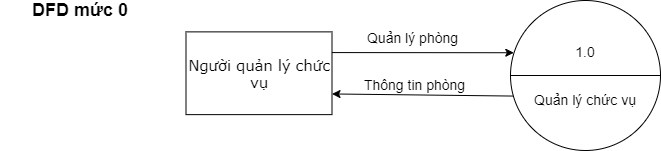
Earlier version of the draw.io export Phan_Tich_Thiet_Ke/DFD/QuanLyChucVu/DFD_Muc0_QuanLyChucVu.png (KNhaa/DoAnCNPM). Source tidied: cells renumbered, new cells last; positions are measured from the earlier drawing's top-left corner, leaving out a move shared by most shapes. Source of this version:
```xml
<mxGraphModel>
  <root>
    <mxCell id="0" />
    <mxCell id="1" parent="0" />
    <mxCell id="2" value="&lt;font face=&quot;Verdana&quot;&gt;&lt;span style=&quot;font-size: 14.6667px&quot;&gt;Người quản lý chức vụ&lt;/span&gt;&lt;/font&gt;" style="rounded=0;whiteSpace=wrap;html=1;" parent="1" vertex="1">
      <mxGeometry x="185.5" y="31.4" width="146" height="82.8" as="geometry" />
    </mxCell>
    <mxCell id="3" style="endArrow=classic;html=1;exitX=1;exitY=0.25;exitDx=0;exitDy=0;entryX=0.009;entryY=0.359;entryDx=0;entryDy=0;entryPerimeter=0;" parent="1" edge="1" source="2">
      <mxGeometry relative="1" as="geometry">
        <mxPoint x="513.3" y="52.2" as="targetPoint" />
      </mxGeometry>
    </mxCell>
    <mxCell id="4" value="&lt;font style=&quot;font-size: 14px&quot;&gt;Quản lý phòng&lt;/font&gt;" style="text;html=1;align=center;verticalAlign=middle;" parent="1" vertex="1">
      <mxGeometry x="356.5" y="27.1" width="110" height="20" as="geometry" />
    </mxCell>
    <mxCell id="5" style="endArrow=classic;html=1;entryX=1;entryY=0.75;entryDx=0;entryDy=0;exitX=0.024;exitY=0.657;exitDx=0;exitDy=0;exitPerimeter=0;" parent="1" edge="1" target="2">
      <mxGeometry relative="1" as="geometry">
        <mxPoint x="515.5" y="95.6" as="sourcePoint" />
      </mxGeometry>
    </mxCell>
    <mxCell id="6" value="&lt;font style=&quot;font-size: 14px&quot;&gt;Thông tin phòng&lt;/font&gt;" style="text;html=1;align=center;verticalAlign=middle;" parent="1" vertex="1">
      <mxGeometry x="353.5" y="74.1" width="120" height="20" as="geometry" />
    </mxCell>
    <mxCell id="7" value="&lt;font style=&quot;font-size: 18px&quot;&gt;&lt;b&gt;DFD mức 0&lt;/b&gt;&lt;/font&gt;" style="text;html=1;strokeColor=none;fillColor=none;align=center;verticalAlign=middle;whiteSpace=wrap;rounded=0;" parent="1" vertex="1">
      <mxGeometry width="160" height="20" as="geometry" />
    </mxCell>
    <mxCell id="8" value="&lt;font style=&quot;font-size: 14px&quot;&gt;1.0&lt;br&gt;&lt;br&gt;&lt;br&gt;Quản lý chức vụ&lt;/font&gt;" style="shape=lineEllipse;perimeter=ellipsePerimeter;whiteSpace=wrap;html=1;backgroundOutline=1;" parent="1" vertex="1">
      <mxGeometry x="510" width="150" height="150" as="geometry" />
    </mxCell>
  </root>
</mxGraphModel>
```
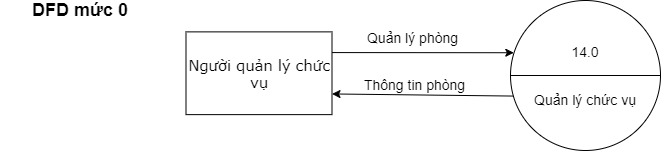
Later version of the same file.

Change to the diagram source:
```diff
@@ -24,7 +24,7 @@
     <mxCell id="7" value="&lt;font style=&quot;font-size: 18px&quot;&gt;&lt;b&gt;DFD mức 0&lt;/b&gt;&lt;/font&gt;" style="text;html=1;strokeColor=none;fillColor=none;align=center;verticalAlign=middle;whiteSpace=wrap;rounded=0;" parent="1" vertex="1">
       <mxGeometry width="160" height="20" as="geometry" />
     </mxCell>
-    <mxCell id="8" value="&lt;font style=&quot;font-size: 14px&quot;&gt;1.0&lt;br&gt;&lt;br&gt;&lt;br&gt;Quản lý chức vụ&lt;/font&gt;" style="shape=lineEllipse;perimeter=ellipsePerimeter;whiteSpace=wrap;html=1;backgroundOutline=1;" parent="1" vertex="1">
+    <mxCell id="8" value="&lt;font style=&quot;font-size: 14px&quot;&gt;14.0&lt;br&gt;&lt;br&gt;&lt;br&gt;Quản lý chức vụ&lt;/font&gt;" style="shape=lineEllipse;perimeter=ellipsePerimeter;whiteSpace=wrap;html=1;backgroundOutline=1;" parent="1" vertex="1">
       <mxGeometry x="510" width="150" height="150" as="geometry" />
     </mxCell>
   </root>
```
